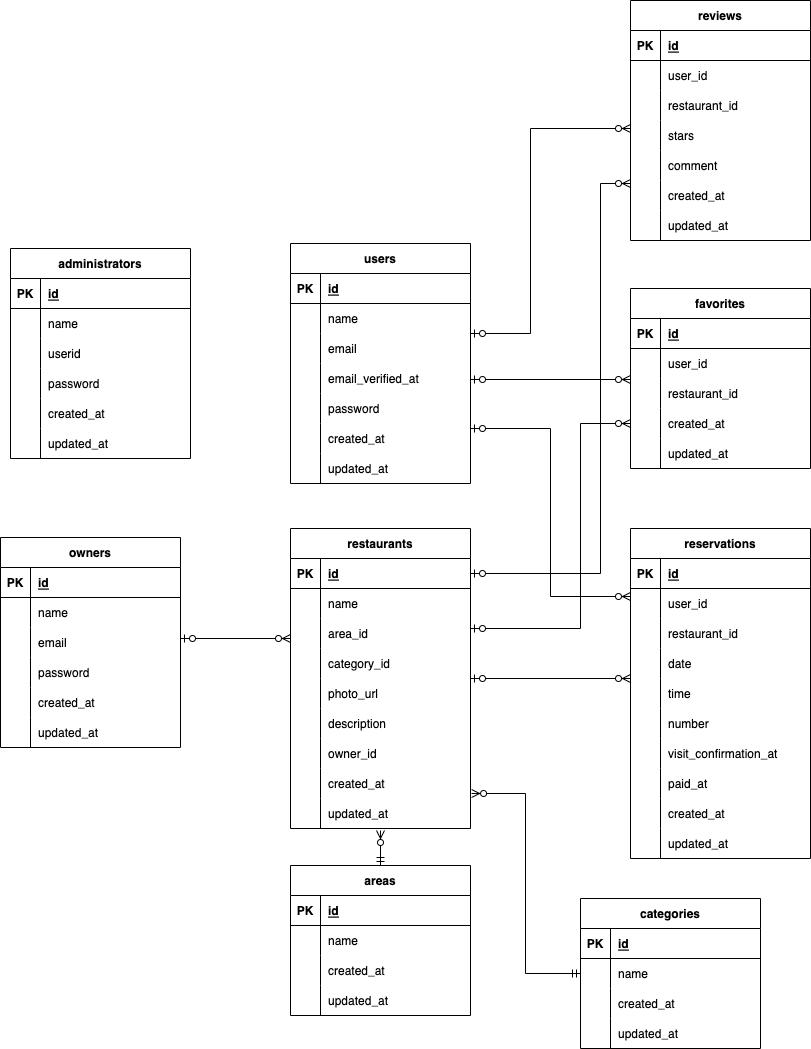
Earlier version of the draw.io export src/resources/docs/er_diagram.drawio.png (chie-ichi/trial02). Source tidied: cells renumbered, new cells last; positions are measured from the earlier drawing's top-left corner, leaving out a move shared by most shapes.
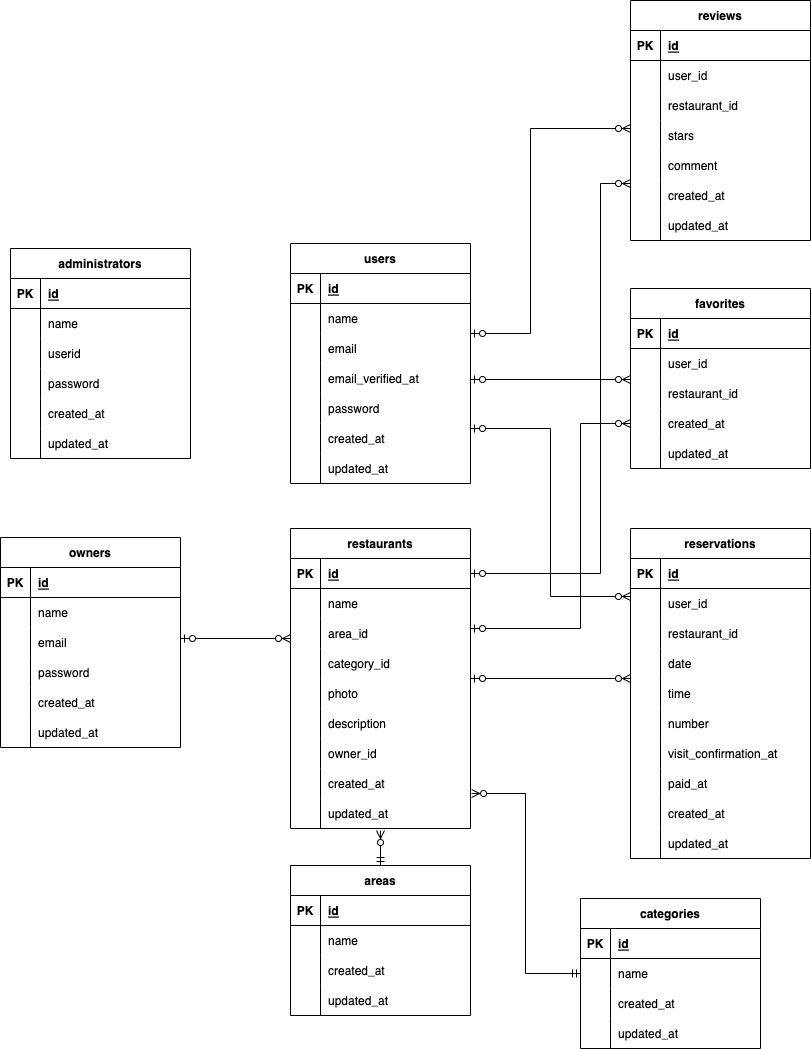
The same file after the commit.

Commit message:
update: READMEの改行を追加、ER図を一部修正

The edit, as a diff of the source:
```diff
@@ -113,7 +113,7 @@
     <mxCell id="38" style="shape=partialRectangle;fillColor=none;top=0;left=0;bottom=0;right=0;overflow=hidden;" parent="37" vertex="1">
       <mxGeometry width="30" height="30" as="geometry" />
     </mxCell>
-    <mxCell id="39" value="photo_url" style="shape=partialRectangle;fillColor=none;top=0;left=0;bottom=0;right=0;align=left;spacingLeft=6;overflow=hidden;" parent="37" vertex="1">
+    <mxCell id="39" value="photo" style="shape=partialRectangle;fillColor=none;top=0;left=0;bottom=0;right=0;align=left;spacingLeft=6;overflow=hidden;" parent="37" vertex="1">
       <mxGeometry x="30" width="150" height="30" as="geometry" />
     </mxCell>
     <mxCell id="40" style="shape=tableRow;horizontal=0;startSize=0;swimlaneHead=0;swimlaneBody=0;fillColor=none;top=0;left=0;right=0;bottom=0;" parent="24" vertex="1">
```
